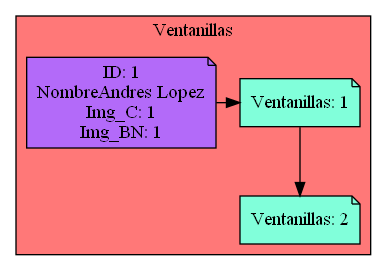
This is Simple_Windows.png from Serch-ING/EDD_UDRAWING_202000119, a Graphviz export, as it was before one commit. Its source is kept beside it as Simple_Windows.dot. Its diagram source:
```dot
digraph L {
node[shape=note fillcolor="#A181FF" style =filled]
subgraph cluster_p{
    label= " Ventanillas "
    bgcolor = "#FF7878"
Nodo1661081225[label="Ventanillas: 1",fillcolor="#81FFDA",group=1]
Nodo1882554559[label="Ventanillas: 2",fillcolor="#81FFDA",group=2]

Nodo1661081225 -> Nodo1882554559

Cliente1738674023[label="ID: 1
NombreAndres Lopez
Img_C: 1
Img_BN: 1",fillcolor="#B36AF9",group=1]
Cliente1738674023-> Nodo1661081225
{rank=same;Nodo1661081225,Cliente1738674023}
{rank=same;Nodo1882554559}}}
```
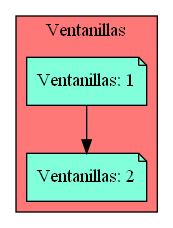
Later version of the same file.

The edit, as a diff of the source:
```diff
@@ -8,10 +8,5 @@
 
 Nodo1661081225 -> Nodo1882554559
 
-Cliente1738674023[label="ID: 1
-NombreAndres Lopez
-Img_C: 1
-Img_BN: 1",fillcolor="#B36AF9",group=1]
-Cliente1738674023-> Nodo1661081225
-{rank=same;Nodo1661081225,Cliente1738674023}
+{rank=same;Nodo1661081225}
 {rank=same;Nodo1882554559}}}
```
